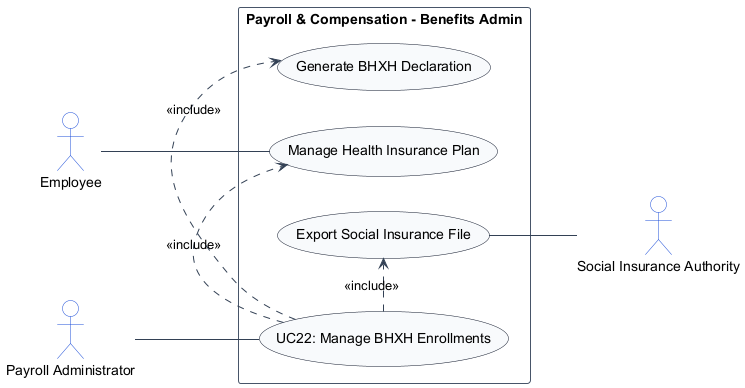
Before: usecase_images/module_03_payroll_compensation/UC22.png, a diagram exported from PlantUML (TamBui1706/HRPlatform). Its diagram source:
```plantuml
@startuml
left to right direction
skinparam shadowing false
skinparam packageStyle rectangle
skinparam actorStyle stickman

skinparam ArrowColor #334155
skinparam ActorBorderColor #1d4ed8
skinparam ActorBackgroundColor #ffffff
skinparam UsecaseBorderColor #0f172a
skinparam UsecaseBackgroundColor #f8fafc
skinparam RectangleBorderColor #475569
skinparam RectangleBackgroundColor #ffffff

actor "Payroll Administrator" as PayrollAdministrator
actor "Employee" as Employee
actor "Social Insurance Authority" as SocialInsuranceAuthority

rectangle "Payroll & Compensation - Benefits Admin" {
    usecase "UC22: Manage BHXH Enrollments" as UC_Main
    usecase "Generate BHXH Declaration" as UC_BHXHDecl
    usecase "Manage Health Insurance Plan" as UC_HealthPlan
    usecase "Export Social Insurance File" as UC_ExportBHXH

    PayrollAdministrator -- UC_Main
    Employee -- UC_HealthPlan
    UC_Main .> UC_BHXHDecl : <<include>>
    UC_Main .> UC_HealthPlan : <<include>>
    UC_Main .> UC_ExportBHXH : <<include>>
    UC_ExportBHXH -- SocialInsuranceAuthority
}
@enduml
```
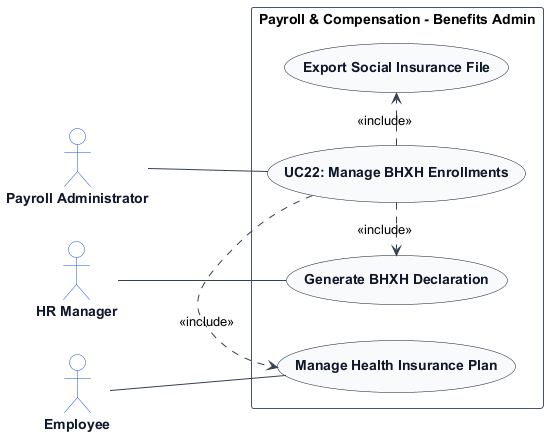
After the change.

Diff of the diagram source:
```diff
@@ -7,14 +7,20 @@
 skinparam ArrowColor #334155
 skinparam ActorBorderColor #1d4ed8
 skinparam ActorBackgroundColor #ffffff
+skinparam ActorFontColor #0f172a
+skinparam ActorFontStyle bold
+
 skinparam UsecaseBorderColor #0f172a
 skinparam UsecaseBackgroundColor #f8fafc
+skinparam UsecaseFontColor #0f172a
+skinparam UsecaseFontStyle bold
+
 skinparam RectangleBorderColor #475569
 skinparam RectangleBackgroundColor #ffffff
 
 actor "Payroll Administrator" as PayrollAdministrator
+actor "HR Manager" as HRManager
 actor "Employee" as Employee
-actor "Social Insurance Authority" as SocialInsuranceAuthority
 
 rectangle "Payroll & Compensation - Benefits Admin" {
     usecase "UC22: Manage BHXH Enrollments" as UC_Main
@@ -23,10 +29,10 @@
     usecase "Export Social Insurance File" as UC_ExportBHXH
 
     PayrollAdministrator -- UC_Main
+    HRManager -- UC_BHXHDecl
     Employee -- UC_HealthPlan
     UC_Main .> UC_BHXHDecl : <<include>>
     UC_Main .> UC_HealthPlan : <<include>>
     UC_Main .> UC_ExportBHXH : <<include>>
-    UC_ExportBHXH -- SocialInsuranceAuthority
 }
 @enduml
```
